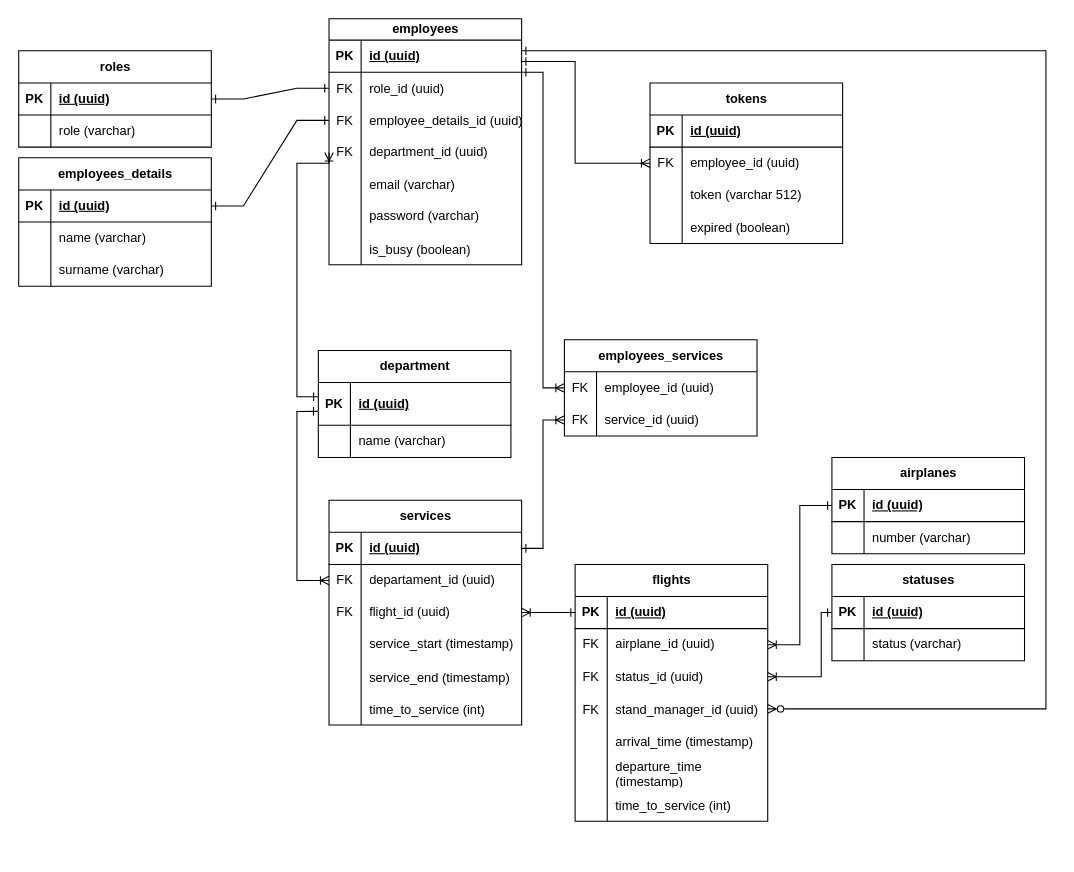
Above: ERD_diagram.drawio in monika-sokolowska/Airport-Services (draw.io), before the change. Source tidied: cells renumbered, new cells numbered last; positions are measured from the earlier drawing's top-left corner, leaving out a move shared by most shapes. Both pictures are drawn from the tidied source at 107%, with x=0, y=0 at pixel (18, 18).
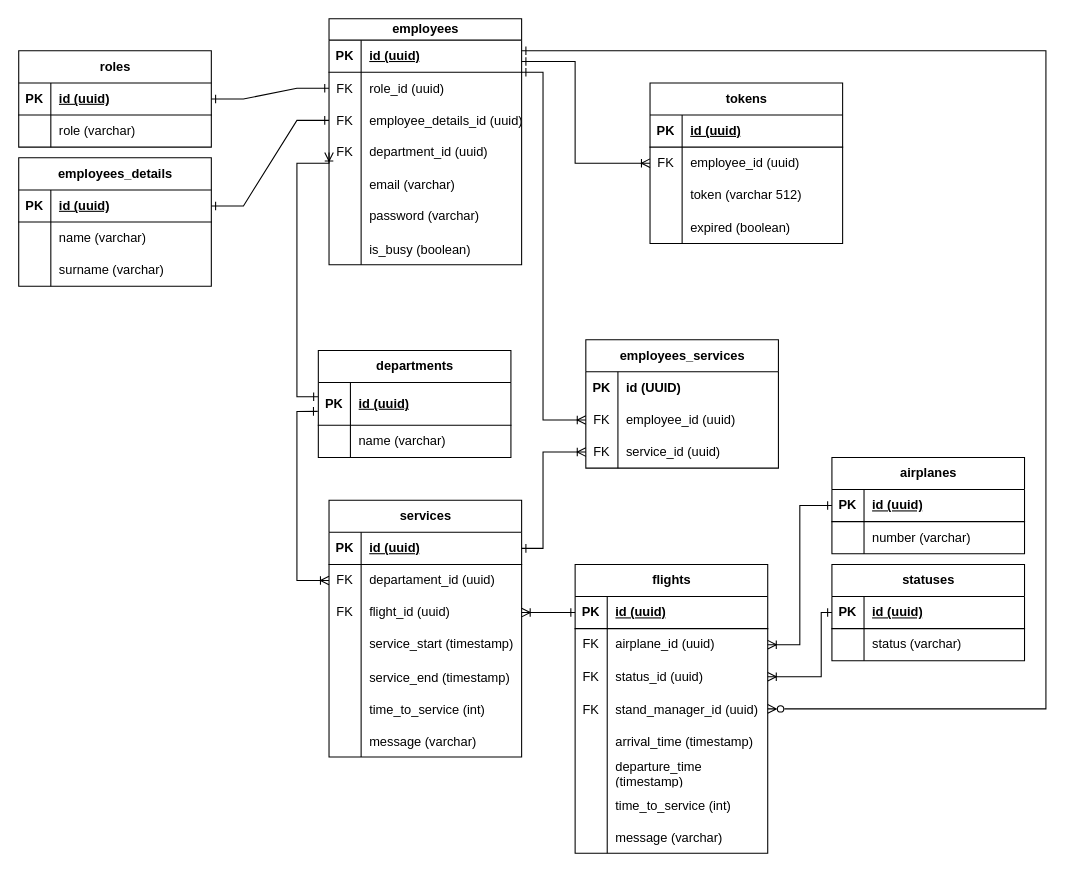
After the change.

The change refers to these unchanged cells:
```xml
<mxCell id="85" style="shape=tableRow;horizontal=0;startSize=0;swimlaneHead=0;swimlaneBody=0;fillColor=none;points=[[0,0.5],[1,0.5]];portConstraint=eastwest;top=0;left=0;right=0;bottom=1;" parent="84" vertex="1">
  <mxGeometry y="30" width="180" height="30" as="geometry" />
</mxCell>
```

What changed in the source:
```diff
@@
     <mxCell id="9" value="flights" style="shape=table;startSize=30;childLayout=tableLayout;rowLines=0;fontStyle=1;align=center;html=1;" parent="1" vertex="1">
-      <mxGeometry x="520" y="510" width="180" height="240" as="geometry" />
+      <mxGeometry x="520" y="510" width="180" height="270" as="geometry" />
     </mxCell>
@@
+    <mxCell id="134" style="shape=tableRow;horizontal=0;startSize=0;swimlaneHead=0;swimlaneBody=0;fillColor=none;top=0;left=0;right=0;bottom=0;" parent="9" vertex="1">
+      <mxGeometry y="240" width="180" height="30" as="geometry" />
+    </mxCell>
+    <mxCell id="135" style="shape=partialRectangle;fillColor=none;top=0;left=0;bottom=0;right=0;overflow=hidden;" parent="134" vertex="1">
+      <mxGeometry width="30" height="30" as="geometry" />
+    </mxCell>
+    <mxCell id="136" value="message (varchar)" style="shape=partialRectangle;fillColor=none;top=0;left=0;bottom=0;right=0;align=left;spacingLeft=6;overflow=hidden;" parent="134" vertex="1">
+      <mxGeometry x="30" width="150" height="30" as="geometry" />
+    </mxCell>
@@
-    <mxCell id="77" value="&lt;div&gt;department&lt;/div&gt;" style="shape=table;startSize=30;childLayout=tableLayout;rowLines=0;fontStyle=1;align=center;html=1;" parent="1" vertex="1">
+    <mxCell id="77" value="&lt;div&gt;departments&lt;/div&gt;" style="shape=table;startSize=30;childLayout=tableLayout;rowLines=0;fontStyle=1;align=center;html=1;" parent="1" vertex="1">
       <mxGeometry x="280" y="310" width="180" height="100" as="geometry" />
     </mxCell>
@@
     <mxCell id="84" value="&lt;div&gt;services&lt;/div&gt;" style="shape=table;startSize=30;childLayout=tableLayout;rowLines=0;fontStyle=1;align=center;html=1;" parent="1" vertex="1">
-      <mxGeometry x="290" y="450" width="180" height="210" as="geometry" />
+      <mxGeometry x="290" y="450" width="180" height="240" as="geometry" />
     </mxCell>
@@
+    <mxCell id="137" style="shape=tableRow;horizontal=0;startSize=0;swimlaneHead=0;swimlaneBody=0;fillColor=none;top=0;left=0;right=0;bottom=0;" parent="84" vertex="1">
+      <mxGeometry y="210" width="180" height="30" as="geometry" />
+    </mxCell>
+    <mxCell id="138" style="shape=partialRectangle;fillColor=none;top=0;left=0;bottom=0;right=0;overflow=hidden;" parent="137" vertex="1">
+      <mxGeometry width="30" height="30" as="geometry" />
+    </mxCell>
+    <mxCell id="139" value="message (varchar)" style="shape=partialRectangle;fillColor=none;top=0;left=0;bottom=0;right=0;align=left;spacingLeft=6;overflow=hidden;" parent="137" vertex="1">
+      <mxGeometry x="30" width="150" height="30" as="geometry" />
+    </mxCell>
@@
     <mxCell id="108" value="employees_services" style="shape=table;startSize=30;childLayout=tableLayout;rowLines=0;fontStyle=1;align=center;html=1;" parent="1" vertex="1">
-      <mxGeometry x="510" y="300" width="180" height="90" as="geometry" />
+      <mxGeometry x="530" y="300" width="180" height="120" as="geometry" />
     </mxCell>
+    <mxCell id="140" style="shape=tableRow;horizontal=0;startSize=0;swimlaneHead=0;swimlaneBody=0;fillColor=none;top=0;left=0;right=0;bottom=0;" parent="108" vertex="1">
+      <mxGeometry y="30" width="180" height="30" as="geometry" />
+    </mxCell>
+    <mxCell id="141" value="PK" style="shape=partialRectangle;fillColor=none;top=0;left=0;bottom=0;right=0;fontStyle=1;overflow=hidden;whiteSpace=wrap;html=1;" parent="140" vertex="1">
+      <mxGeometry width="30" height="30" as="geometry" />
+    </mxCell>
+    <mxCell id="142" value="id (UUID)" style="shape=partialRectangle;fillColor=none;top=0;left=0;bottom=0;right=0;align=left;spacingLeft=6;fontStyle=1;overflow=hidden;whiteSpace=wrap;html=1;" parent="140" vertex="1">
+      <mxGeometry x="30" width="150" height="30" as="geometry" />
+    </mxCell>
     <mxCell id="109" style="shape=tableRow;horizontal=0;startSize=0;swimlaneHead=0;swimlaneBody=0;fillColor=none;points=[[0,0.5],[1,0.5]];portConstraint=eastwest;top=0;left=0;right=0;bottom=0;" parent="108" vertex="1">
-      <mxGeometry y="30" width="180" height="30" as="geometry" />
+      <mxGeometry y="60" width="180" height="30" as="geometry" />
     </mxCell>
@@
     <mxCell id="112" style="shape=tableRow;horizontal=0;startSize=0;swimlaneHead=0;swimlaneBody=0;fillColor=none;points=[[0,0.5],[1,0.5]];portConstraint=eastwest;top=0;left=0;right=0;bottom=0;" parent="108" vertex="1">
-      <mxGeometry y="60" width="180" height="30" as="geometry" />
+      <mxGeometry y="90" width="180" height="30" as="geometry" />
     </mxCell>
@@
     <mxCell id="115" style="edgeStyle=orthogonalEdgeStyle;rounded=0;jettySize=auto;html=1;startArrow=ERone;startFill=0;endArrow=ERoneToMany;endFill=0;entryX=0;entryY=0.5;entryDx=0;entryDy=0;" parent="1" edge="1" target="109">
       <mxGeometry relative="1" as="geometry">
         <mxPoint x="470" y="50" as="sourcePoint" />
         <Array as="points">
           <mxPoint x="490" y="50" />
-          <mxPoint x="490" y="345" />
+          <mxPoint x="490" y="375" />
         </Array>
       </mxGeometry>
     </mxCell>
     <mxCell id="116" style="edgeStyle=orthogonalEdgeStyle;rounded=0;jettySize=auto;html=1;startArrow=ERone;startFill=0;endArrow=ERoneToMany;endFill=0;entryX=0;entryY=0.5;entryDx=0;entryDy=0;exitX=1;exitY=0.5;exitDx=0;exitDy=0;" parent="1" edge="1" source="85" target="112">
       <mxGeometry relative="1" as="geometry">
         <Array as="points">
           <mxPoint x="490" y="495" />
-          <mxPoint x="490" y="375" />
+          <mxPoint x="490" y="405" />
         </Array>
       </mxGeometry>
     </mxCell>
```
